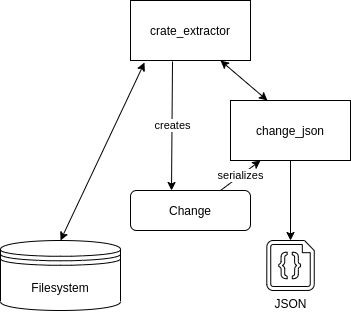
Earlier version of the draw.io export architecture2.png (use-ink/ink-playground). Source tidied: cells renumbered, new cells last; positions are measured from the earlier drawing's top-left corner, leaving out a move shared by most shapes.
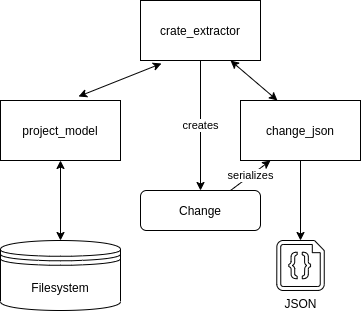
After the change.

What changed in the source:
```diff
@@ -9,12 +9,12 @@
       <mxGeometry x="130" width="120" height="60" as="geometry" />
     </mxCell>
     <mxCell id="4" value="Filesystem" style="shape=datastore;whiteSpace=wrap;html=1;" parent="1" vertex="1">
-      <mxGeometry y="240" width="120" height="70" as="geometry" />
+      <mxGeometry x="-10" y="240" width="120" height="70" as="geometry" />
     </mxCell>
     <mxCell id="5" value="change_json" style="rounded=0;whiteSpace=wrap;html=1;" parent="1" vertex="1">
       <mxGeometry x="230" y="100" width="120" height="60" as="geometry" />
     </mxCell>
-    <mxCell id="6" style="endArrow=classic;startArrow=classic;html=1;exitX=0.5;exitY=0;exitDx=0;exitDy=0;entryX=0.117;entryY=1.033;entryDx=0;entryDy=0;entryPerimeter=0;" parent="1" edge="1" source="4" target="3">
+    <mxCell id="6" style="endArrow=classic;startArrow=classic;html=1;exitX=0.5;exitY=0;exitDx=0;exitDy=0;" parent="1" edge="1" source="4" target="12">
       <mxGeometry relative="1" as="geometry" />
     </mxCell>
     <mxCell id="7" value="JSON" style="verticalLabelPosition=bottom;html=1;verticalAlign=top;align=center;shape=mxgraph.azure.code_file;" parent="1" vertex="1">
@@ -26,13 +26,17 @@
     <mxCell id="9" style="endArrow=classic;html=1;exitX=0.5;exitY=1;exitDx=0;exitDy=0;entryX=0.5;entryY=0;entryDx=0;entryDy=0;entryPerimeter=0;" parent="1" edge="1" source="5" target="7">
       <mxGeometry relative="1" as="geometry" />
     </mxCell>
-    <mxCell id="10" value="creates" style="endArrow=classic;html=1;exitX=0.35;exitY=1.017;exitDx=0;exitDy=0;exitPerimeter=0;" parent="1" edge="1" source="3">
-      <mxGeometry relative="1" as="geometry">
-        <mxPoint x="171" y="190" as="targetPoint" />
-      </mxGeometry>
+    <mxCell id="10" value="creates" style="endArrow=classic;html=1;exitX=0.5;exitY=1;exitDx=0;exitDy=0;entryX=0.5;entryY=0;entryDx=0;entryDy=0;" parent="1" edge="1" source="3" target="2">
+      <mxGeometry relative="1" as="geometry" />
     </mxCell>
     <mxCell id="11" style="endArrow=classic;startArrow=classic;html=1;exitX=0.75;exitY=1;exitDx=0;exitDy=0;entryX=0.308;entryY=0;entryDx=0;entryDy=0;entryPerimeter=0;" parent="1" edge="1" source="3" target="5">
       <mxGeometry relative="1" as="geometry" />
     </mxCell>
+    <mxCell id="12" value="project_model" style="rounded=0;whiteSpace=wrap;html=1;" parent="1" vertex="1">
+      <mxGeometry x="-10" y="100" width="120" height="60" as="geometry" />
+    </mxCell>
+    <mxCell id="13" style="endArrow=classic;startArrow=classic;html=1;entryX=0.175;entryY=1.05;entryDx=0;entryDy=0;entryPerimeter=0;exitX=0.65;exitY=-0.067;exitDx=0;exitDy=0;exitPerimeter=0;" parent="1" edge="1" source="12" target="3">
+      <mxGeometry relative="1" as="geometry" />
+    </mxCell>
   </root>
 </mxGraphModel>
```
